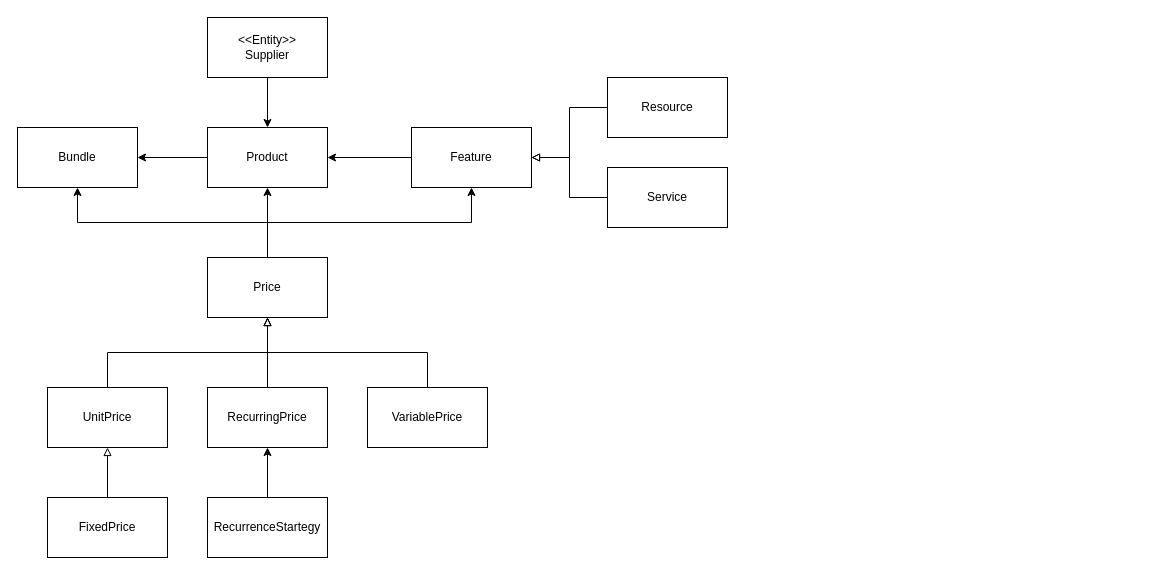
cmtr/cmtr-crm keeps this draw.io diagram as page "Product" (6 of 8) of CRM Model.drawio. Above is the earlier version. Source tidied: cells renumbered, new cells numbered last; positions are measured from the earlier drawing's top-left corner, leaving out a move shared by most shapes. Both pictures are drawn from the tidied source at 100%, with x=0, y=0 at pixel (17, 17).
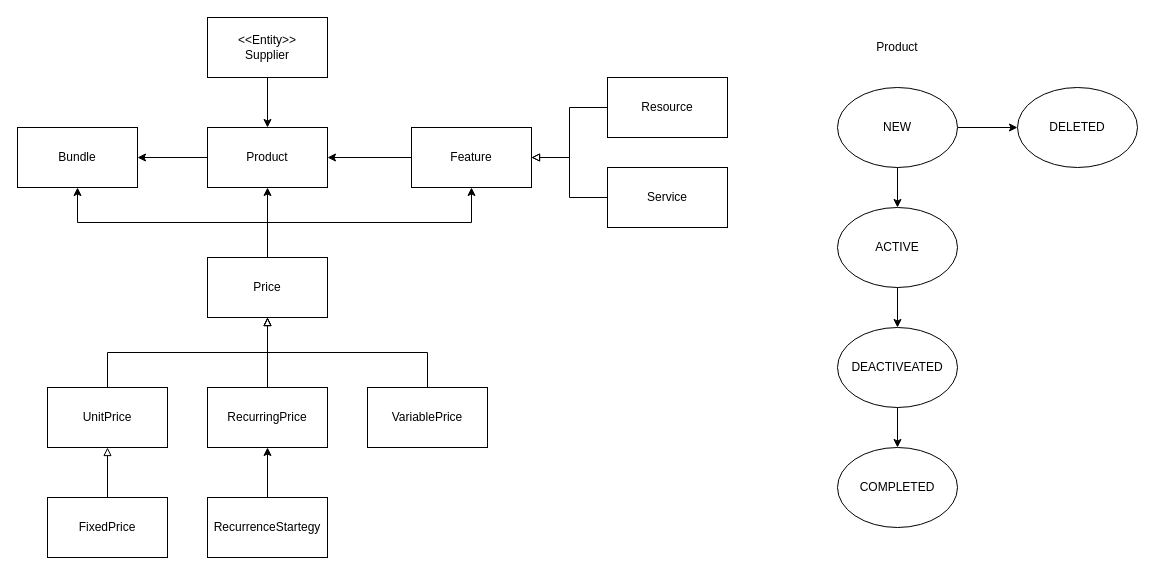
The same page after the edit.

The edit, as a diff of the source:
```diff
@@
+    <mxCell id="27" style="edgeStyle=orthogonalEdgeStyle;rounded=0;jettySize=auto;html=1;exitX=0.5;exitY=1;exitDx=0;exitDy=0;entryX=0.5;entryY=0;entryDx=0;entryDy=0;" parent="1" edge="1" source="29" target="31">
+      <mxGeometry relative="1" as="geometry" />
+    </mxCell>
+    <mxCell id="28" style="edgeStyle=orthogonalEdgeStyle;rounded=0;jettySize=auto;html=1;exitX=1;exitY=0.5;exitDx=0;exitDy=0;entryX=0;entryY=0.5;entryDx=0;entryDy=0;" parent="1" edge="1" source="29" target="35">
+      <mxGeometry relative="1" as="geometry" />
+    </mxCell>
+    <mxCell id="29" value="NEW" style="ellipse;whiteSpace=wrap;html=1;" parent="1" vertex="1">
+      <mxGeometry x="820" y="70" width="120" height="80" as="geometry" />
+    </mxCell>
+    <mxCell id="30" style="edgeStyle=orthogonalEdgeStyle;rounded=0;jettySize=auto;html=1;exitX=0.5;exitY=1;exitDx=0;exitDy=0;entryX=0.5;entryY=0;entryDx=0;entryDy=0;" parent="1" edge="1" source="31" target="33">
+      <mxGeometry relative="1" as="geometry" />
+    </mxCell>
+    <mxCell id="31" value="ACTIVE" style="ellipse;whiteSpace=wrap;html=1;" parent="1" vertex="1">
+      <mxGeometry x="820" y="190" width="120" height="80" as="geometry" />
+    </mxCell>
+    <mxCell id="32" style="edgeStyle=orthogonalEdgeStyle;rounded=0;jettySize=auto;html=1;exitX=0.5;exitY=1;exitDx=0;exitDy=0;entryX=0.5;entryY=0;entryDx=0;entryDy=0;" parent="1" edge="1" source="33" target="34">
+      <mxGeometry relative="1" as="geometry" />
+    </mxCell>
+    <mxCell id="33" value="DEACTIVEATED" style="ellipse;whiteSpace=wrap;html=1;" parent="1" vertex="1">
+      <mxGeometry x="820" y="310" width="120" height="80" as="geometry" />
+    </mxCell>
+    <mxCell id="34" value="COMPLETED" style="ellipse;whiteSpace=wrap;html=1;" parent="1" vertex="1">
+      <mxGeometry x="820" y="430" width="120" height="80" as="geometry" />
+    </mxCell>
+    <mxCell id="35" value="DELETED" style="ellipse;whiteSpace=wrap;html=1;" parent="1" vertex="1">
+      <mxGeometry x="1000" y="70" width="120" height="80" as="geometry" />
+    </mxCell>
+    <mxCell id="36" value="Product" style="text;html=1;strokeColor=none;fillColor=none;align=center;verticalAlign=middle;whiteSpace=wrap;rounded=0;" parent="1" vertex="1">
+      <mxGeometry x="850" y="15" width="60" height="30" as="geometry" />
+    </mxCell>
```
